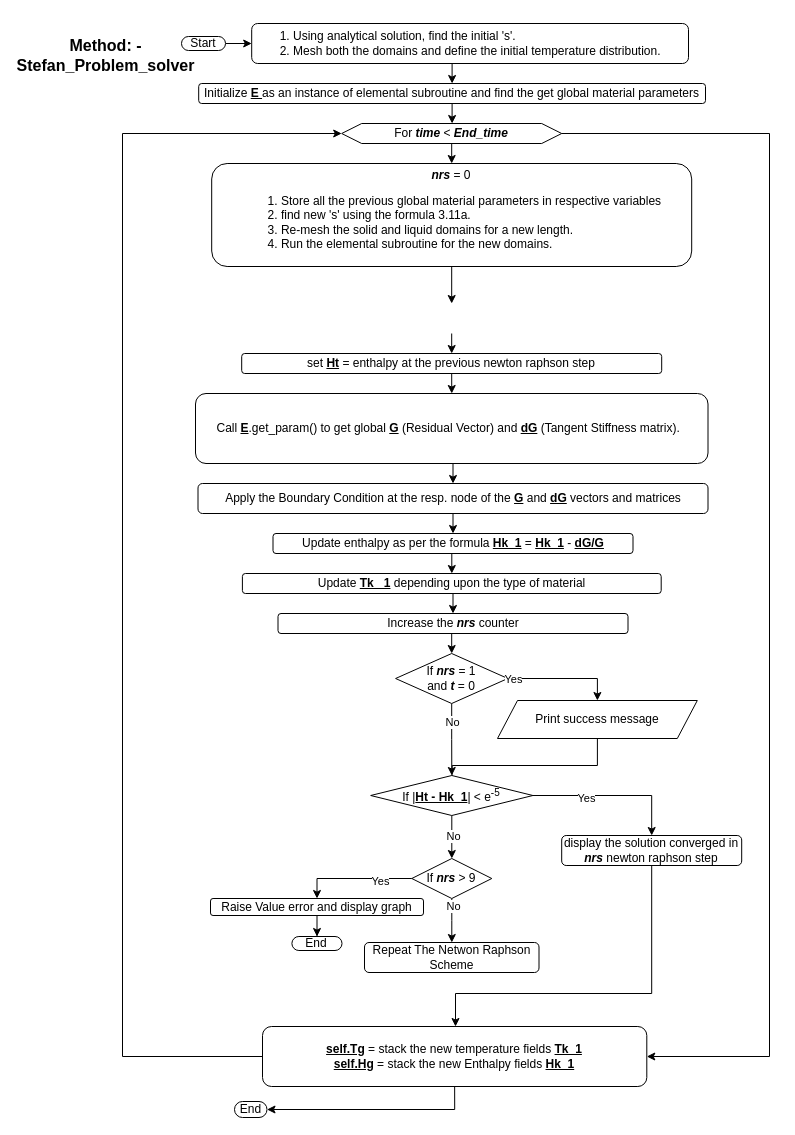
This is Stefan_Problem.drawio from okolekar/PPP, a draw.io file, before an edit. Source tidied: cells renumbered, new cells numbered last; positions are measured from the earlier drawing's top-left corner, leaving out a move shared by most shapes. Both pictures are drawn from the tidied source at 100%, with x=0, y=0 at pixel (38, 23).
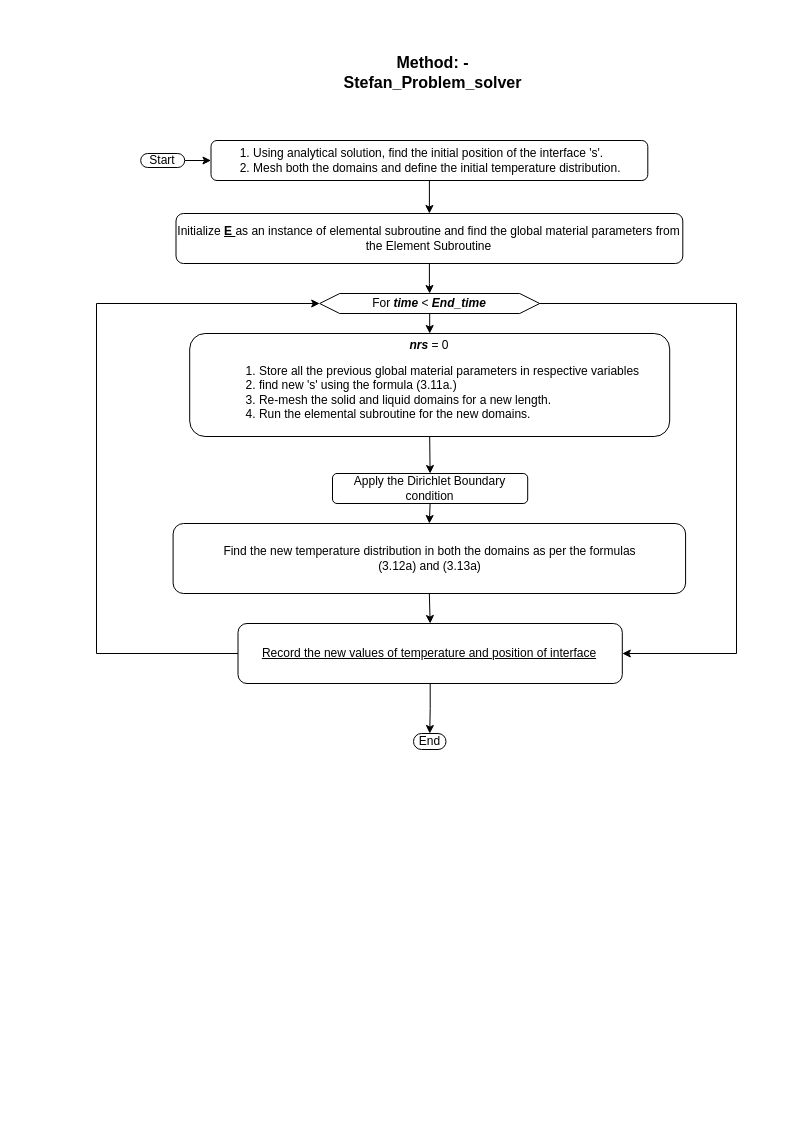
The same page after the edit.

The edit, as a diff of the source:
```diff
@@
-    <mxCell id="2" style="edgeStyle=orthogonalEdgeStyle;rounded=0;jettySize=auto;html=1;exitX=0.5;exitY=1;exitDx=0;exitDy=0;entryX=0.5;entryY=0;entryDx=0;entryDy=0;" parent="1" edge="1" source="53">
-      <mxGeometry relative="1" as="geometry">
-        <mxPoint x="413.2" y="769" as="targetPoint" />
-      </mxGeometry>
-    </mxCell>
@@
     <mxCell id="4" value="Start" style="rounded=1;whiteSpace=wrap;html=1;arcSize=50;" parent="1" vertex="1">
-      <mxGeometry x="143" y="13" width="44" height="14" as="geometry" />
+      <mxGeometry x="102.2" y="130" width="44" height="14" as="geometry" />
     </mxCell>
     <mxCell id="5" value="End" style="rounded=1;whiteSpace=wrap;html=1;arcSize=50;" parent="1" vertex="1">
-      <mxGeometry x="196" y="1078" width="32.5" height="16" as="geometry" />
+      <mxGeometry x="375" y="710" width="32.5" height="16" as="geometry" />
     </mxCell>
@@
-    <mxCell id="7" value="&lt;ol&gt;&lt;li&gt;Using analytical solution, find the initial 's'.&lt;/li&gt;&lt;li&gt;Mesh both the domains and define the initial temperature distribution.&lt;/li&gt;&lt;/ol&gt;" style="rounded=1;whiteSpace=wrap;html=1;align=left;" parent="1" vertex="1">
-      <mxGeometry x="213.2" width="436.8" height="40" as="geometry" />
+    <mxCell id="7" value="&lt;ol&gt;&lt;li&gt;Using analytical solution, find the initial position of the interface 's'.&lt;/li&gt;&lt;li&gt;Mesh both the domains and define the initial temperature distribution.&lt;/li&gt;&lt;/ol&gt;" style="rounded=1;whiteSpace=wrap;html=1;align=left;" parent="1" vertex="1">
+      <mxGeometry x="172.5" y="117" width="436.8" height="40" as="geometry" />
     </mxCell>
@@
-    <mxCell id="9" value="Initialize&amp;nbsp;&lt;b style=&quot;border-color: var(--border-color);&quot;&gt;&lt;u style=&quot;border-color: var(--border-color);&quot;&gt;E&amp;nbsp;&lt;/u&gt;&lt;/b&gt;as an instance of elemental subroutine and find the get global material parameters" style="rounded=1;whiteSpace=wrap;html=1;" parent="1" vertex="1">
-      <mxGeometry x="160.2" y="60" width="506.8" height="20" as="geometry" />
+    <mxCell id="9" value="Initialize&amp;nbsp;&lt;b style=&quot;border-color: var(--border-color);&quot;&gt;&lt;u style=&quot;border-color: var(--border-color);&quot;&gt;E&amp;nbsp;&lt;/u&gt;&lt;/b&gt;as an instance of elemental subroutine and find the global material parameters from the Element Subroutine" style="rounded=1;whiteSpace=wrap;html=1;" parent="1" vertex="1">
+      <mxGeometry x="137.5" y="190" width="506.8" height="50" as="geometry" />
     </mxCell>
@@
     <mxCell id="11" style="edgeStyle=orthogonalEdgeStyle;rounded=0;jettySize=auto;html=1;exitX=1;exitY=0.5;exitDx=0;exitDy=0;entryX=1;entryY=0.5;entryDx=0;entryDy=0;" parent="1" edge="1" source="12" target="47">
       <mxGeometry relative="1" as="geometry">
         <Array as="points">
-          <mxPoint x="731" y="110" />
-          <mxPoint x="731" y="1033" />
+          <mxPoint x="698" y="280" />
+          <mxPoint x="698" y="630" />
         </Array>
       </mxGeometry>
     </mxCell>
     <mxCell id="12" value="For &lt;b&gt;&lt;i&gt;time &lt;/i&gt;&lt;/b&gt;&amp;lt; &lt;b&gt;&lt;i&gt;End_time&lt;/i&gt;&lt;/b&gt;" style="shape=hexagon;perimeter=hexagonPerimeter2;whiteSpace=wrap;html=1;fixedSize=1;" parent="1" vertex="1">
-      <mxGeometry x="303.2" y="100" width="220" height="20" as="geometry" />
+      <mxGeometry x="281.2" y="270" width="220" height="20" as="geometry" />
     </mxCell>
-    <mxCell id="13" style="edgeStyle=orthogonalEdgeStyle;rounded=0;jettySize=auto;html=1;exitX=0.5;exitY=1;exitDx=0;exitDy=0;entryX=0.5;entryY=0;entryDx=0;entryDy=0;" parent="1" edge="1" source="14">
-      <mxGeometry relative="1" as="geometry">
-        <mxPoint x="413.2" y="280" as="targetPoint" />
-      </mxGeometry>
+    <mxCell id="13" style="edgeStyle=orthogonalEdgeStyle;rounded=0;jettySize=auto;html=1;exitX=0.5;exitY=1;exitDx=0;exitDy=0;entryX=0.5;entryY=0;entryDx=0;entryDy=0;" parent="1" edge="1" source="14" target="17">
+      <mxGeometry relative="1" as="geometry" />
     </mxCell>
-    <mxCell id="14" value="&lt;div style=&quot;&quot;&gt;&lt;span style=&quot;background-color: initial;&quot;&gt;&lt;b&gt;&lt;i&gt;nrs&lt;/i&gt;&lt;/b&gt; = 0&lt;/span&gt;&lt;br&gt;&lt;ol&gt;&lt;li style=&quot;text-align: left;&quot;&gt;&lt;span style=&quot;background-color: initial;&quot;&gt;Store all the previous&lt;b&gt;&amp;nbsp;&lt;/b&gt;&lt;/span&gt;global material parameters in respective variables&lt;/li&gt;&lt;li style=&quot;text-align: left;&quot;&gt;find new 's' using the formula 3.11a.&lt;/li&gt;&lt;li style=&quot;text-align: left;&quot;&gt;Re-mesh the solid and liquid domains for a new length.&amp;nbsp;&lt;/li&gt;&lt;li style=&quot;text-align: left;&quot;&gt;&lt;span style=&quot;background-color: initial;&quot;&gt;Run the elemental subroutine for the new domains.&amp;nbsp;&lt;/span&gt;&lt;/li&gt;&lt;/ol&gt;&lt;/div&gt;" style="rounded=1;whiteSpace=wrap;html=1;align=center;" parent="1" vertex="1">
-      <mxGeometry x="173.2" y="140" width="480" height="103" as="geometry" />
+    <mxCell id="14" value="&lt;div style=&quot;&quot;&gt;&lt;span style=&quot;background-color: initial;&quot;&gt;&lt;b&gt;&lt;i&gt;nrs&lt;/i&gt;&lt;/b&gt; = 0&lt;/span&gt;&lt;br&gt;&lt;ol&gt;&lt;li style=&quot;text-align: left;&quot;&gt;&lt;span style=&quot;background-color: initial;&quot;&gt;Store all the previous&lt;b&gt;&amp;nbsp;&lt;/b&gt;&lt;/span&gt;global material parameters in respective variables&lt;/li&gt;&lt;li style=&quot;text-align: left;&quot;&gt;find new 's' using the formula (3.11a.)&lt;/li&gt;&lt;li style=&quot;text-align: left;&quot;&gt;Re-mesh the solid and liquid domains for a new length.&amp;nbsp;&lt;/li&gt;&lt;li style=&quot;text-align: left;&quot;&gt;&lt;span style=&quot;background-color: initial;&quot;&gt;Run the elemental subroutine for the new domains.&amp;nbsp;&lt;/span&gt;&lt;/li&gt;&lt;/ol&gt;&lt;/div&gt;" style="rounded=1;whiteSpace=wrap;html=1;align=center;" parent="1" vertex="1">
+      <mxGeometry x="151.2" y="310" width="480" height="103" as="geometry" />
     </mxCell>
     <mxCell id="15" style="edgeStyle=orthogonalEdgeStyle;rounded=0;jettySize=auto;html=1;exitX=0.5;exitY=1;exitDx=0;exitDy=0;entryX=0.5;entryY=0;entryDx=0;entryDy=0;" parent="1" edge="1" target="17">
       <mxGeometry relative="1" as="geometry">
-        <mxPoint x="413.2" y="310" as="sourcePoint" />
+        <mxPoint x="391.2" y="480" as="sourcePoint" />
       </mxGeometry>
     </mxCell>
@@
-    <mxCell id="17" value="set &lt;b style=&quot;text-decoration-line: underline;&quot;&gt;Ht&lt;/b&gt; = enthalpy at the previous newton raphson step" style="rounded=1;whiteSpace=wrap;html=1;" parent="1" vertex="1">
-      <mxGeometry x="203.2" y="330" width="420" height="20" as="geometry" />
+    <mxCell id="17" value="Apply the Dirichlet Boundary condition" style="rounded=1;whiteSpace=wrap;html=1;" parent="1" vertex="1">
+      <mxGeometry x="294" y="450" width="195.2" height="30" as="geometry" />
     </mxCell>
-    <mxCell id="18" style="edgeStyle=orthogonalEdgeStyle;rounded=0;jettySize=auto;html=1;exitX=0.5;exitY=1;exitDx=0;exitDy=0;entryX=0.5;entryY=0;entryDx=0;entryDy=0;" parent="1" edge="1" source="19" target="21">
-      <mxGeometry relative="1" as="geometry" />
-    </mxCell>
+    <mxCell id="54" style="edgeStyle=orthogonalEdgeStyle;rounded=0;jettySize=auto;html=1;exitX=0.5;exitY=1;exitDx=0;exitDy=0;entryX=0.5;entryY=0;entryDx=0;entryDy=0;" parent="1" edge="1" source="19" target="47">
+      <mxGeometry relative="1" as="geometry" />
+    </mxCell>
-    <mxCell id="19" value="&lt;span style=&quot;background-color: initial; text-align: justify;&quot;&gt;Call&amp;nbsp;&lt;/span&gt;&lt;b style=&quot;background-color: initial; text-align: justify; text-decoration-line: underline;&quot;&gt;E&lt;/b&gt;&lt;span style=&quot;background-color: initial; text-align: justify;&quot;&gt;.get_param() to get global&amp;nbsp;&lt;/span&gt;&lt;span style=&quot;background-color: initial; border-color: var(--border-color);&quot;&gt;&lt;u style=&quot;font-weight: bold; border-color: var(--border-color);&quot;&gt;G&lt;/u&gt;&lt;span style=&quot;border-color: var(--border-color);&quot;&gt; (Residual Vector)&lt;/span&gt;&lt;/span&gt;&lt;span style=&quot;background-color: initial; text-align: justify;&quot;&gt;&amp;nbsp;&lt;/span&gt;&lt;span style=&quot;background-color: initial; text-align: justify;&quot;&gt;and&amp;nbsp;&lt;/span&gt;&lt;u style=&quot;background-color: initial; border-color: var(--border-color);&quot;&gt;&lt;b style=&quot;border-color: var(--border-color);&quot;&gt;dG&lt;/b&gt;&lt;/u&gt;&lt;span style=&quot;background-color: initial;&quot;&gt;&amp;nbsp;(Tangent Stiffness matrix)&lt;/span&gt;&lt;span style=&quot;background-color: initial; text-align: justify;&quot;&gt;.&amp;nbsp;&amp;nbsp;&lt;/span&gt;" style="rounded=1;whiteSpace=wrap;html=1;align=center;" parent="1" vertex="1">
-      <mxGeometry x="157" y="370" width="512.5" height="70" as="geometry" />
+    <mxCell id="19" value="Find the new temperature distribution in both the domains as per the formulas&lt;br style=&quot;border-color: var(--border-color);&quot;&gt;(3.12a) and (3.13a)" style="rounded=1;whiteSpace=wrap;html=1;align=center;" parent="1" vertex="1">
+      <mxGeometry x="134.6" y="500" width="512.5" height="70" as="geometry" />
     </mxCell>
-    <mxCell id="20" style="edgeStyle=orthogonalEdgeStyle;rounded=0;jettySize=auto;html=1;exitX=0.5;exitY=1;exitDx=0;exitDy=0;entryX=0.5;entryY=0;entryDx=0;entryDy=0;" parent="1" edge="1" source="21" target="23">
-      <mxGeometry relative="1" as="geometry" />
-    </mxCell>
-    <mxCell id="21" value="Apply the Boundary Condition at the resp. node of the &lt;b&gt;&lt;u&gt;G&lt;/u&gt;&lt;/b&gt; and &lt;u&gt;&lt;b&gt;dG&lt;/b&gt;&lt;/u&gt; vectors and matrices" style="rounded=1;whiteSpace=wrap;html=1;" parent="1" vertex="1">
-      <mxGeometry x="159.5" y="460" width="510" height="30" as="geometry" />
-    </mxCell>
-    <mxCell id="22" style="edgeStyle=orthogonalEdgeStyle;rounded=0;jettySize=auto;html=1;exitX=0.5;exitY=1;exitDx=0;exitDy=0;entryX=0.5;entryY=0;entryDx=0;entryDy=0;" parent="1" edge="1" source="23" target="25">
-      <mxGeometry relative="1" as="geometry" />
-    </mxCell>
-    <mxCell id="23" value="Update enthalpy as per the formula &lt;b&gt;&lt;u&gt;Hk_1&lt;/u&gt;&lt;/b&gt; = &lt;b&gt;&lt;u&gt;Hk_1&lt;/u&gt;&lt;/b&gt; - &lt;b&gt;&lt;u&gt;dG/G&lt;/u&gt;&lt;/b&gt;" style="rounded=1;whiteSpace=wrap;html=1;" parent="1" vertex="1">
-      <mxGeometry x="234.5" y="510" width="360" height="20" as="geometry" />
-    </mxCell>
-    <mxCell id="24" style="edgeStyle=orthogonalEdgeStyle;rounded=0;jettySize=auto;html=1;exitX=0.5;exitY=1;exitDx=0;exitDy=0;entryX=0.5;entryY=0;entryDx=0;entryDy=0;" parent="1" edge="1" source="25" target="27">
-      <mxGeometry relative="1" as="geometry" />
-    </mxCell>
-    <mxCell id="25" value="Update &lt;b&gt;&lt;u&gt;Tk _1&lt;/u&gt;&lt;/b&gt; depending upon the type of material" style="rounded=1;whiteSpace=wrap;html=1;" parent="1" vertex="1">
-      <mxGeometry x="203.9" y="550" width="418.8" height="20" as="geometry" />
-    </mxCell>
-    <mxCell id="26" style="edgeStyle=orthogonalEdgeStyle;rounded=0;jettySize=auto;html=1;exitX=0.5;exitY=1;exitDx=0;exitDy=0;entryX=0.5;entryY=0;entryDx=0;entryDy=0;" parent="1" edge="1" source="27" target="30">
-      <mxGeometry relative="1" as="geometry" />
-    </mxCell>
-    <mxCell id="27" value="Increase the &lt;b&gt;&lt;i&gt;nrs&lt;/i&gt;&lt;/b&gt; counter" style="rounded=1;whiteSpace=wrap;html=1;" parent="1" vertex="1">
-      <mxGeometry x="239.5" y="590" width="350" height="20" as="geometry" />
-    </mxCell>
-    <mxCell id="28" style="edgeStyle=orthogonalEdgeStyle;rounded=0;jettySize=auto;html=1;exitX=0.5;exitY=1;exitDx=0;exitDy=0;entryX=0.5;entryY=0;entryDx=0;entryDy=0;" parent="1" edge="1" source="30" target="35">
-      <mxGeometry relative="1" as="geometry" />
-    </mxCell>
-    <mxCell id="29" value="No" style="edgeLabel;html=1;align=center;verticalAlign=middle;" parent="28" vertex="1">
-      <mxGeometry x="-0.6" y="1" relative="1" as="geometry">
-        <mxPoint x="-1" y="4" as="offset" />
-      </mxGeometry>
-    </mxCell>
-    <mxCell id="30" value="If &lt;b&gt;&lt;i&gt;nrs&lt;/i&gt;&lt;/b&gt; = 1 &lt;br&gt;and &lt;b&gt;&lt;i&gt;t&lt;/i&gt;&lt;/b&gt; = 0" style="rhombus;whiteSpace=wrap;html=1;" parent="1" vertex="1">
-      <mxGeometry x="357.1" y="630" width="112.2" height="50" as="geometry" />
-    </mxCell>
-    <mxCell id="31" style="edgeStyle=orthogonalEdgeStyle;rounded=0;jettySize=auto;html=1;exitX=0.5;exitY=1;exitDx=0;exitDy=0;entryX=0.5;entryY=0;entryDx=0;entryDy=0;" parent="1" edge="1" source="35" target="40">
-      <mxGeometry relative="1" as="geometry" />
-    </mxCell>
-    <mxCell id="32" value="No" style="edgeLabel;html=1;align=center;verticalAlign=middle;" parent="31" vertex="1">
-      <mxGeometry x="-0.09" y="1" relative="1" as="geometry" />
-    </mxCell>
-    <mxCell id="33" style="edgeStyle=orthogonalEdgeStyle;rounded=0;jettySize=auto;html=1;exitX=1;exitY=0.5;exitDx=0;exitDy=0;entryX=0.5;entryY=0;entryDx=0;entryDy=0;" parent="1" edge="1" source="35" target="42">
-      <mxGeometry relative="1" as="geometry" />
-    </mxCell>
-    <mxCell id="34" value="Yes" style="edgeLabel;html=1;align=center;verticalAlign=middle;" parent="33" vertex="1">
-      <mxGeometry x="-0.33" y="-2" relative="1" as="geometry" />
-    </mxCell>
-    <mxCell id="35" value="If |&lt;b&gt;&lt;u&gt;Ht - Hk_1&lt;/u&gt;&lt;/b&gt;| &amp;lt; e&lt;sup&gt;-5&lt;/sup&gt;" style="rhombus;whiteSpace=wrap;html=1;" parent="1" vertex="1">
-      <mxGeometry x="332.2" y="752" width="162.2" height="40" as="geometry" />
-    </mxCell>
-    <mxCell id="36" style="edgeStyle=orthogonalEdgeStyle;rounded=0;jettySize=auto;html=1;exitX=0;exitY=0.5;exitDx=0;exitDy=0;entryX=0.5;entryY=0;entryDx=0;entryDy=0;" parent="1" edge="1" source="40" target="44">
-      <mxGeometry relative="1" as="geometry" />
-    </mxCell>
-    <mxCell id="37" value="Yes" style="edgeLabel;html=1;align=center;verticalAlign=middle;" parent="36" vertex="1">
-      <mxGeometry x="-0.45" y="2" relative="1" as="geometry" />
-    </mxCell>
-    <mxCell id="38" style="edgeStyle=orthogonalEdgeStyle;rounded=0;jettySize=auto;html=1;" parent="1" edge="1" source="40" target="49">
-      <mxGeometry relative="1" as="geometry" />
-    </mxCell>
-    <mxCell id="39" value="No" style="edgeLabel;html=1;align=center;verticalAlign=middle;" parent="38" vertex="1">
-      <mxGeometry x="-0.67" y="1" relative="1" as="geometry" />
-    </mxCell>
-    <mxCell id="40" value="If &lt;b&gt;&lt;i&gt;nrs&lt;/i&gt;&lt;/b&gt; &amp;gt; 9" style="rhombus;whiteSpace=wrap;html=1;" parent="1" vertex="1">
-      <mxGeometry x="373.3" y="835" width="80" height="40" as="geometry" />
-    </mxCell>
-    <mxCell id="41" style="edgeStyle=orthogonalEdgeStyle;rounded=0;jettySize=auto;html=1;exitX=0.5;exitY=1;exitDx=0;exitDy=0;" parent="1" edge="1" source="42" target="47">
-      <mxGeometry relative="1" as="geometry">
-        <Array as="points">
-          <mxPoint x="613" y="970" />
-          <mxPoint x="417" y="970" />
-        </Array>
-      </mxGeometry>
-    </mxCell>
-    <mxCell id="42" value="display the solution converged in &lt;b&gt;&lt;i&gt;nrs&lt;/i&gt;&lt;/b&gt; newton raphson step" style="rounded=1;whiteSpace=wrap;html=1;" parent="1" vertex="1">
-      <mxGeometry x="523.2" y="812" width="180" height="30" as="geometry" />
-    </mxCell>
-    <mxCell id="43" style="edgeStyle=orthogonalEdgeStyle;rounded=0;jettySize=auto;html=1;" parent="1" edge="1" source="44" target="48">
-      <mxGeometry relative="1" as="geometry" />
-    </mxCell>
-    <mxCell id="44" value="Raise Value error and display graph" style="rounded=1;whiteSpace=wrap;html=1;" parent="1" vertex="1">
-      <mxGeometry x="172" y="875" width="213" height="17" as="geometry" />
-    </mxCell>
-    <mxCell id="45" style="edgeStyle=orthogonalEdgeStyle;rounded=0;jettySize=auto;html=1;exitX=0;exitY=0.5;exitDx=0;exitDy=0;entryX=0;entryY=0.5;entryDx=0;entryDy=0;" parent="1" edge="1" source="47" target="12">
-      <mxGeometry relative="1" as="geometry">
-        <Array as="points">
-          <mxPoint x="84" y="1033" />
-          <mxPoint x="84" y="110" />
-        </Array>
-      </mxGeometry>
-    </mxCell>
+    <mxCell id="55" style="edgeStyle=orthogonalEdgeStyle;rounded=0;jettySize=auto;html=1;entryX=0;entryY=0.5;entryDx=0;entryDy=0;" parent="1" edge="1" target="12">
+      <mxGeometry relative="1" as="geometry">
+        <mxPoint x="391.7" y="610" as="sourcePoint" />
+        <Array as="points">
+          <mxPoint x="392" y="630" />
+          <mxPoint x="58" y="630" />
+          <mxPoint x="58" y="280" />
+        </Array>
+      </mxGeometry>
+    </mxCell>
-    <mxCell id="46" style="edgeStyle=orthogonalEdgeStyle;rounded=0;jettySize=auto;html=1;exitX=0.5;exitY=1;exitDx=0;exitDy=0;entryX=1;entryY=0.5;entryDx=0;entryDy=0;" parent="1" edge="1" source="47" target="5">
+    <mxCell id="46" style="edgeStyle=orthogonalEdgeStyle;rounded=0;jettySize=auto;html=1;entryX=0.5;entryY=0;entryDx=0;entryDy=0;" parent="1" edge="1" source="47" target="5">
       <mxGeometry relative="1" as="geometry" />
     </mxCell>
-    <mxCell id="47" value="&lt;b&gt;&lt;u&gt;self.Tg&lt;/u&gt;&lt;/b&gt; = stack the new temperature fields &lt;b&gt;&lt;u&gt;Tk_1&lt;/u&gt;&lt;/b&gt;&lt;br&gt;&lt;b&gt;&lt;u&gt;self.Hg&lt;/u&gt;&lt;/b&gt; = stack the new Enthalpy fields &lt;b&gt;&lt;u&gt;Hk_1&lt;/u&gt;&lt;/b&gt;" style="whiteSpace=wrap;html=1;rounded=1;" parent="1" vertex="1">
-      <mxGeometry x="224" y="1003" width="384.3" height="60" as="geometry" />
+    <mxCell id="47" value="&lt;u style=&quot;&quot;&gt;Record the new values of temperature and position of interface&lt;/u&gt;" style="whiteSpace=wrap;html=1;rounded=1;" parent="1" vertex="1">
+      <mxGeometry x="199.5" y="600" width="384.3" height="60" as="geometry" />
     </mxCell>
-    <mxCell id="48" value="End" style="rounded=1;whiteSpace=wrap;html=1;arcSize=50;" parent="1" vertex="1">
-      <mxGeometry x="253.4" y="913" width="50.1" height="14" as="geometry" />
-    </mxCell>
-    <mxCell id="49" value="Repeat The Netwon Raphson Scheme" style="rounded=1;whiteSpace=wrap;html=1;" parent="1" vertex="1">
-      <mxGeometry x="326" y="919" width="174.5" height="30" as="geometry" />
-    </mxCell>
     <mxCell id="50" value="&lt;b&gt;&lt;font style=&quot;font-size: 16px;&quot;&gt;Method: -Stefan_Problem_solver&lt;/font&gt;&lt;/b&gt;" style="text;html=1;strokeColor=none;fillColor=none;align=center;verticalAlign=middle;whiteSpace=wrap;rounded=0;" parent="1" vertex="1">
-      <mxGeometry y="13" width="135" height="37" as="geometry" />
+      <mxGeometry x="327.4" y="30" width="135" height="37" as="geometry" />
     </mxCell>
-    <mxCell id="51" style="edgeStyle=orthogonalEdgeStyle;rounded=0;jettySize=auto;html=1;exitX=1;exitY=0.5;exitDx=0;exitDy=0;entryX=0.5;entryY=0;entryDx=0;entryDy=0;" parent="1" edge="1" source="30" target="53">
-      <mxGeometry relative="1" as="geometry" />
-    </mxCell>
-    <mxCell id="52" value="Yes" style="edgeLabel;html=1;align=center;verticalAlign=middle;" parent="51" vertex="1">
-      <mxGeometry x="-0.67" y="-2" relative="1" as="geometry">
-        <mxPoint x="-13" y="-2" as="offset" />
-      </mxGeometry>
-    </mxCell>
-    <mxCell id="53" value="Print success message" style="shape=parallelogram;perimeter=parallelogramPerimeter;whiteSpace=wrap;html=1;fixedSize=1;" parent="1" vertex="1">
-      <mxGeometry x="459" y="677" width="199.8" height="38" as="geometry" />
-    </mxCell>
```
